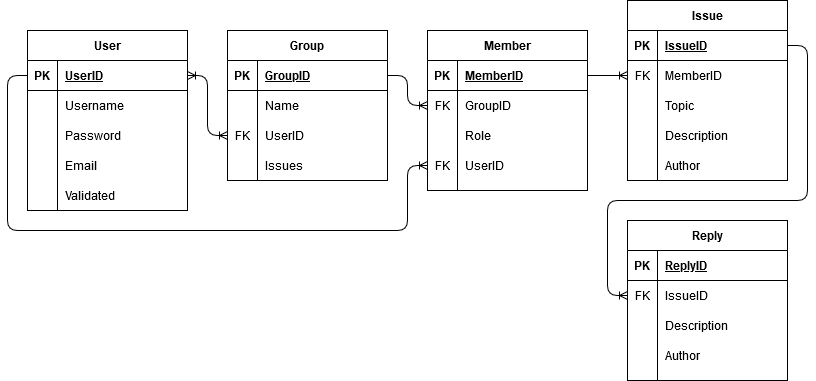
Before: ERD.png, a diagram exported from draw.io (MWaldrep2000/COP4331-26-Large-Project). Source tidied: cells renumbered, new cells last; positions are measured from the earlier drawing's top-left corner, leaving out a move shared by most shapes.
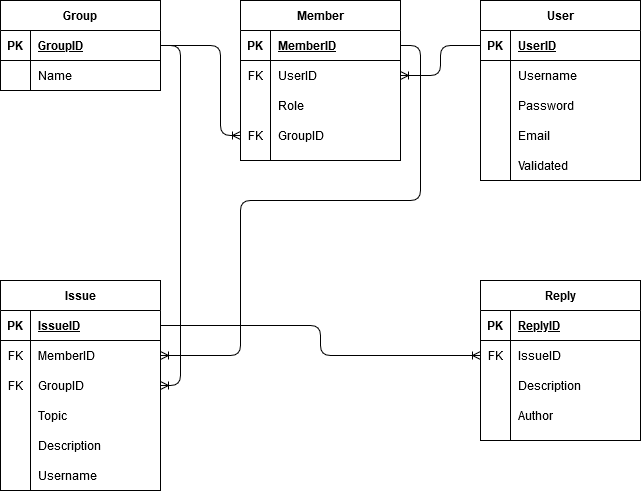
The same diagram one commit later.

What changed in the source:
```diff
@@ -2,37 +2,16 @@
   <root>
     <mxCell id="0" />
     <mxCell id="1" parent="0" />
-    <mxCell id="2" style="edgeStyle=orthogonalEdgeStyle;rounded=1;jettySize=auto;html=1;exitX=1;exitY=0.5;exitDx=0;exitDy=0;entryX=0;entryY=0.5;entryDx=0;entryDy=0;startArrow=none;startFill=0;endArrow=ERoneToMany;endFill=0;" parent="1" edge="1" source="23" target="39">
-      <mxGeometry relative="1" as="geometry">
-        <Array as="points">
-          <mxPoint x="400" y="75" />
-          <mxPoint x="400" y="105" />
-        </Array>
-      </mxGeometry>
-    </mxCell>
-    <mxCell id="3" style="edgeStyle=orthogonalEdgeStyle;rounded=1;jettySize=auto;html=1;exitX=1;exitY=0.5;exitDx=0;exitDy=0;entryX=0;entryY=0.5;entryDx=0;entryDy=0;startArrow=ERoneToMany;startFill=0;endArrow=ERoneToMany;endFill=0;" parent="1" edge="1" source="7" target="29">
-      <mxGeometry relative="1" as="geometry">
-        <Array as="points">
-          <mxPoint x="200" y="75" />
-          <mxPoint x="200" y="135" />
-        </Array>
-      </mxGeometry>
-    </mxCell>
     <mxCell id="4" style="edgeStyle=orthogonalEdgeStyle;rounded=1;jettySize=auto;html=1;exitX=1;exitY=0.5;exitDx=0;exitDy=0;entryX=0;entryY=0.5;entryDx=0;entryDy=0;startArrow=none;startFill=0;endArrow=ERoneToMany;endFill=0;" parent="1" edge="1" source="49" target="68">
       <mxGeometry relative="1" as="geometry">
         <Array as="points">
-          <mxPoint x="800" y="45" />
-          <mxPoint x="800" y="200" />
-          <mxPoint x="600" y="200" />
-          <mxPoint x="600" y="295" />
+          <mxPoint x="380" y="325" />
+          <mxPoint x="380" y="355" />
         </Array>
       </mxGeometry>
     </mxCell>
-    <mxCell id="5" style="edgeStyle=orthogonalEdgeStyle;rounded=1;jettySize=auto;html=1;exitX=1;exitY=0.5;exitDx=0;exitDy=0;entryX=0;entryY=0.5;entryDx=0;entryDy=0;startArrow=none;startFill=0;endArrow=ERoneToMany;endFill=0;" parent="1" edge="1" source="36" target="52">
-      <mxGeometry relative="1" as="geometry" />
-    </mxCell>
     <mxCell id="6" value="User" style="shape=table;startSize=30;rowLines=0;fontStyle=1;align=center;" parent="1" vertex="1">
-      <mxGeometry x="20" y="30" width="160" height="180" as="geometry" />
+      <mxGeometry x="540" width="160" height="180" as="geometry" />
     </mxCell>
     <mxCell id="7" style="shape=partialRectangle;fillColor=none;top=0;left=0;bottom=1;right=0;points=[[0,0.5],[1,0.5]];portConstraint=eastwest;" parent="6" vertex="1">
       <mxGeometry y="30" width="160" height="30" as="geometry" />
@@ -80,7 +59,7 @@
       <mxGeometry x="30" width="130" height="30" as="geometry" />
     </mxCell>
     <mxCell id="22" value="Group" style="shape=table;startSize=30;rowLines=0;fontStyle=1;align=center;" parent="1" vertex="1">
-      <mxGeometry x="220" y="30" width="160" height="150" as="geometry" />
+      <mxGeometry x="60" width="160" height="90" as="geometry" />
     </mxCell>
     <mxCell id="23" style="shape=partialRectangle;fillColor=none;top=0;left=0;bottom=1;right=0;points=[[0,0.5],[1,0.5]];portConstraint=eastwest;" parent="22" vertex="1">
       <mxGeometry y="30" width="160" height="30" as="geometry" />
@@ -100,26 +79,8 @@
     <mxCell id="28" value="Name" style="shape=partialRectangle;fillColor=none;top=0;left=0;bottom=0;right=0;align=left;spacingLeft=6;overflow=hidden;" parent="26" vertex="1">
       <mxGeometry x="30" width="130" height="30" as="geometry" />
     </mxCell>
-    <mxCell id="29" style="shape=partialRectangle;fillColor=none;top=0;left=0;bottom=0;right=0;points=[[0,0.5],[1,0.5]];portConstraint=eastwest;" parent="22" vertex="1">
-      <mxGeometry y="90" width="160" height="30" as="geometry" />
-    </mxCell>
-    <mxCell id="30" value="FK" style="shape=partialRectangle;fillColor=none;top=0;left=0;bottom=0;right=0;overflow=hidden;" parent="29" vertex="1">
-      <mxGeometry width="30" height="30" as="geometry" />
-    </mxCell>
-    <mxCell id="31" value="UserID" style="shape=partialRectangle;fillColor=none;top=0;left=0;bottom=0;right=0;align=left;spacingLeft=6;overflow=hidden;" parent="29" vertex="1">
-      <mxGeometry x="30" width="130" height="30" as="geometry" />
-    </mxCell>
-    <mxCell id="32" style="shape=partialRectangle;fillColor=none;top=0;left=0;bottom=0;right=0;" parent="22" vertex="1">
-      <mxGeometry y="120" width="160" height="30" as="geometry" />
-    </mxCell>
-    <mxCell id="33" style="shape=partialRectangle;fillColor=none;top=0;left=0;bottom=0;right=0;overflow=hidden;" parent="32" vertex="1">
-      <mxGeometry width="30" height="30" as="geometry" />
-    </mxCell>
-    <mxCell id="34" value="Issues" style="shape=partialRectangle;fillColor=none;top=0;left=0;bottom=0;right=0;align=left;spacingLeft=6;overflow=hidden;" parent="32" vertex="1">
-      <mxGeometry x="30" width="130" height="30" as="geometry" />
-    </mxCell>
     <mxCell id="35" value="Member" style="shape=table;startSize=30;rowLines=0;fontStyle=1;align=center;" parent="1" vertex="1">
-      <mxGeometry x="420" y="30" width="160" height="160" as="geometry" />
+      <mxGeometry x="300" width="160" height="160" as="geometry" />
     </mxCell>
     <mxCell id="36" style="shape=partialRectangle;fillColor=none;top=0;left=0;bottom=1;right=0;points=[[0,0.5],[1,0.5]];portConstraint=eastwest;" parent="35" vertex="1">
       <mxGeometry y="30" width="160" height="30" as="geometry" />
@@ -136,7 +97,7 @@
     <mxCell id="40" value="FK" style="shape=partialRectangle;fillColor=none;top=0;left=0;bottom=0;right=0;overflow=hidden;" parent="39" vertex="1">
       <mxGeometry width="30" height="30" as="geometry" />
     </mxCell>
-    <mxCell id="41" value="GroupID" style="shape=partialRectangle;fillColor=none;top=0;left=0;bottom=0;right=0;align=left;spacingLeft=6;overflow=hidden;" parent="39" vertex="1">
+    <mxCell id="41" value="UserID" style="shape=partialRectangle;fillColor=none;top=0;left=0;bottom=0;right=0;align=left;spacingLeft=6;overflow=hidden;" parent="39" vertex="1">
       <mxGeometry x="30" width="130" height="30" as="geometry" />
     </mxCell>
     <mxCell id="42" style="shape=partialRectangle;fillColor=none;top=0;left=0;bottom=0;right=0;" parent="35" vertex="1">
@@ -148,17 +109,17 @@
     <mxCell id="44" value="Role" style="shape=partialRectangle;fillColor=none;top=0;left=0;bottom=0;right=0;align=left;spacingLeft=6;overflow=hidden;" parent="42" vertex="1">
       <mxGeometry x="30" width="130" height="30" as="geometry" />
     </mxCell>
-    <mxCell id="45" style="shape=partialRectangle;fillColor=none;top=0;left=0;bottom=0;right=0;points=[[0,0.5],[1,0.5]];portConstraint=eastwest;" parent="35" vertex="1">
-      <mxGeometry y="120" width="160" height="30" as="geometry" />
-    </mxCell>
-    <mxCell id="46" value="FK" style="shape=partialRectangle;fillColor=none;top=0;left=0;bottom=0;right=0;overflow=hidden;" parent="45" vertex="1">
-      <mxGeometry width="30" height="30" as="geometry" />
-    </mxCell>
-    <mxCell id="47" value="UserID" style="shape=partialRectangle;fillColor=none;top=0;left=0;bottom=0;right=0;align=left;spacingLeft=6;overflow=hidden;" parent="45" vertex="1">
-      <mxGeometry x="30" width="130" height="30" as="geometry" />
-    </mxCell>
+    <mxCell id="78" style="shape=partialRectangle;fillColor=none;top=0;left=0;bottom=0;right=0;points=[[0,0.5],[1,0.5]];portConstraint=eastwest;" parent="35" vertex="1">
+      <mxGeometry y="120" width="160" height="30" as="geometry" />
+    </mxCell>
+    <mxCell id="79" value="FK" style="shape=partialRectangle;fillColor=none;top=0;left=0;bottom=0;right=0;overflow=hidden;" parent="78" vertex="1">
+      <mxGeometry width="30" height="30" as="geometry" />
+    </mxCell>
+    <mxCell id="80" value="GroupID" style="shape=partialRectangle;fillColor=none;top=0;left=0;bottom=0;right=0;align=left;spacingLeft=6;overflow=hidden;" parent="78" vertex="1">
+      <mxGeometry x="30" width="130" height="30" as="geometry" />
+    </mxCell>
     <mxCell id="48" value="Issue" style="shape=table;startSize=30;rowLines=0;fontStyle=1;align=center;" parent="1" vertex="1">
-      <mxGeometry x="620" width="160" height="180" as="geometry" />
+      <mxGeometry x="60" y="280" width="160" height="210" as="geometry" />
     </mxCell>
     <mxCell id="49" style="shape=partialRectangle;fillColor=none;top=0;left=0;bottom=1;right=0;points=[[0,0.5],[1,0.5]];portConstraint=eastwest;" parent="48" vertex="1">
       <mxGeometry y="30" width="160" height="30" as="geometry" />
@@ -178,8 +139,17 @@
     <mxCell id="54" value="MemberID" style="shape=partialRectangle;fillColor=none;top=0;left=0;bottom=0;right=0;align=left;spacingLeft=6;overflow=hidden;" parent="52" vertex="1">
       <mxGeometry x="30" width="130" height="30" as="geometry" />
     </mxCell>
+    <mxCell id="29" style="shape=partialRectangle;fillColor=none;top=0;left=0;bottom=0;right=0;points=[[0,0.5],[1,0.5]];portConstraint=eastwest;" parent="48" vertex="1">
+      <mxGeometry y="90" width="160" height="30" as="geometry" />
+    </mxCell>
+    <mxCell id="81" value="FK" style="shape=partialRectangle;fillColor=none;top=0;left=0;bottom=0;right=0;overflow=hidden;" parent="29" vertex="1">
+      <mxGeometry width="30" height="30" as="geometry" />
+    </mxCell>
+    <mxCell id="82" value="GroupID" style="shape=partialRectangle;fillColor=none;top=0;left=0;bottom=0;right=0;align=left;spacingLeft=6;overflow=hidden;" parent="29" vertex="1">
+      <mxGeometry x="30" width="130" height="30" as="geometry" />
+    </mxCell>
     <mxCell id="55" style="shape=partialRectangle;fillColor=none;top=0;left=0;bottom=0;right=0;" parent="48" vertex="1">
-      <mxGeometry y="90" width="160" height="30" as="geometry" />
+      <mxGeometry y="120" width="160" height="30" as="geometry" />
     </mxCell>
     <mxCell id="56" style="shape=partialRectangle;fillColor=none;top=0;left=0;bottom=0;right=0;overflow=hidden;" parent="55" vertex="1">
       <mxGeometry width="30" height="30" as="geometry" />
@@ -188,7 +158,7 @@
       <mxGeometry x="30" width="130" height="30" as="geometry" />
     </mxCell>
     <mxCell id="58" style="shape=partialRectangle;fillColor=none;top=0;left=0;bottom=0;right=0;" parent="48" vertex="1">
-      <mxGeometry y="120" width="160" height="30" as="geometry" />
+      <mxGeometry y="150" width="160" height="30" as="geometry" />
     </mxCell>
     <mxCell id="59" style="shape=partialRectangle;fillColor=none;top=0;left=0;bottom=0;right=0;overflow=hidden;" parent="58" vertex="1">
       <mxGeometry width="30" height="30" as="geometry" />
@@ -197,16 +167,16 @@
       <mxGeometry x="30" width="130" height="30" as="geometry" />
     </mxCell>
     <mxCell id="61" style="shape=partialRectangle;fillColor=none;top=0;left=0;bottom=0;right=0;" parent="48" vertex="1">
-      <mxGeometry y="150" width="160" height="30" as="geometry" />
+      <mxGeometry y="180" width="160" height="30" as="geometry" />
     </mxCell>
     <mxCell id="62" style="shape=partialRectangle;fillColor=none;top=0;left=0;bottom=0;right=0;overflow=hidden;" parent="61" vertex="1">
       <mxGeometry width="30" height="30" as="geometry" />
     </mxCell>
-    <mxCell id="63" value="Author" style="shape=partialRectangle;fillColor=none;top=0;left=0;bottom=0;right=0;align=left;spacingLeft=6;overflow=hidden;" parent="61" vertex="1">
+    <mxCell id="63" value="Username" style="shape=partialRectangle;fillColor=none;top=0;left=0;bottom=0;right=0;align=left;spacingLeft=6;overflow=hidden;" parent="61" vertex="1">
       <mxGeometry x="30" width="130" height="30" as="geometry" />
     </mxCell>
     <mxCell id="64" value="Reply" style="shape=table;startSize=30;rowLines=0;fontStyle=1;align=center;" parent="1" vertex="1">
-      <mxGeometry x="620" y="220" width="160" height="160" as="geometry" />
+      <mxGeometry x="540" y="280" width="160" height="160" as="geometry" />
     </mxCell>
     <mxCell id="65" style="shape=partialRectangle;fillColor=none;top=0;left=0;bottom=1;right=0;" parent="64" vertex="1">
       <mxGeometry y="30" width="160" height="30" as="geometry" />
@@ -244,15 +214,29 @@
     <mxCell id="76" value="Author" style="shape=partialRectangle;fillColor=none;top=0;left=0;bottom=0;right=0;align=left;spacingLeft=6;overflow=hidden;" parent="74" vertex="1">
       <mxGeometry x="30" width="130" height="30" as="geometry" />
     </mxCell>
-    <mxCell id="77" style="edgeStyle=orthogonalEdgeStyle;rounded=1;jettySize=auto;html=1;exitX=0;exitY=0.5;exitDx=0;exitDy=0;entryX=0;entryY=0.5;entryDx=0;entryDy=0;startArrow=none;startFill=0;endArrow=ERoneToMany;endFill=0;" parent="1" edge="1" source="7" target="45">
-      <mxGeometry relative="1" as="geometry">
-        <Array as="points">
-          <mxPoint y="75" />
-          <mxPoint y="230" />
-          <mxPoint x="400" y="230" />
-          <mxPoint x="400" y="165" />
-        </Array>
-      </mxGeometry>
-    </mxCell>
+    <mxCell id="83" style="edgeStyle=orthogonalEdgeStyle;rounded=1;jettySize=auto;html=1;exitX=0;exitY=0.5;exitDx=0;exitDy=0;entryX=1;entryY=0.5;entryDx=0;entryDy=0;endArrow=ERoneToMany;endFill=0;" parent="1" edge="1" source="7" target="39">
+      <mxGeometry relative="1" as="geometry" />
+    </mxCell>
+    <mxCell id="5" style="edgeStyle=orthogonalEdgeStyle;rounded=1;jettySize=auto;html=1;exitX=1;exitY=0.5;exitDx=0;exitDy=0;entryX=1;entryY=0.5;entryDx=0;entryDy=0;endArrow=ERoneToMany;endFill=0;" parent="1" edge="1" source="36" target="52">
+      <mxGeometry relative="1" as="geometry">
+        <Array as="points">
+          <mxPoint x="480" y="45" />
+          <mxPoint x="480" y="200" />
+          <mxPoint x="300" y="200" />
+          <mxPoint x="300" y="355" />
+        </Array>
+      </mxGeometry>
+    </mxCell>
+    <mxCell id="84" style="edgeStyle=orthogonalEdgeStyle;rounded=1;jettySize=auto;html=1;exitX=0;exitY=0.5;exitDx=0;exitDy=0;entryX=1;entryY=0.5;entryDx=0;entryDy=0;startArrow=ERoneToMany;startFill=0;endArrow=none;endFill=0;" parent="1" edge="1" source="78" target="23">
+      <mxGeometry relative="1" as="geometry">
+        <Array as="points">
+          <mxPoint x="280" y="135" />
+          <mxPoint x="280" y="45" />
+        </Array>
+      </mxGeometry>
+    </mxCell>
+    <mxCell id="85" style="edgeStyle=orthogonalEdgeStyle;rounded=1;jettySize=auto;html=1;exitX=1;exitY=0.5;exitDx=0;exitDy=0;entryX=1;entryY=0.5;entryDx=0;entryDy=0;startArrow=none;startFill=0;endArrow=ERoneToMany;endFill=0;" parent="1" edge="1" source="23" target="29">
+      <mxGeometry relative="1" as="geometry" />
+    </mxCell>
   </root>
 </mxGraphModel>
```
